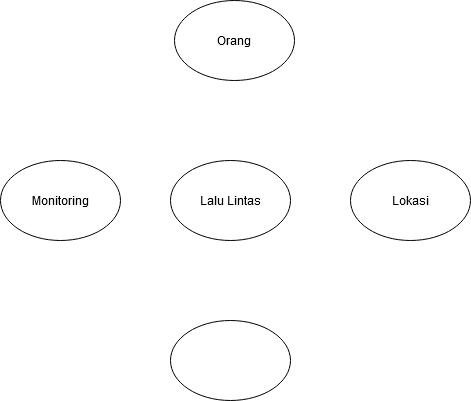
The draw.io diagram diagram2.png in shadow17t/diagram, before a commit. Source tidied: cells renumbered, new cells last; positions are measured from the earlier drawing's top-left corner, leaving out a move shared by most shapes. Its diagram source:
```xml
<mxGraphModel background="#FFFFFF">
  <root>
    <mxCell id="0" />
    <mxCell id="1" parent="0" />
    <mxCell id="2" value="Lalu Lintas" style="ellipse;whiteSpace=wrap;html=1;" parent="1" vertex="1">
      <mxGeometry x="170" y="160" width="120" height="80" as="geometry" />
    </mxCell>
    <mxCell id="3" value="Orang" style="ellipse;whiteSpace=wrap;html=1;" parent="1" vertex="1">
      <mxGeometry x="174" width="120" height="80" as="geometry" />
    </mxCell>
    <mxCell id="4" value="Monitoring" style="ellipse;whiteSpace=wrap;html=1;" parent="1" vertex="1">
      <mxGeometry y="160" width="120" height="80" as="geometry" />
    </mxCell>
    <mxCell id="5" value="Lokasi" style="ellipse;whiteSpace=wrap;html=1;" parent="1" vertex="1">
      <mxGeometry x="350" y="160" width="120" height="80" as="geometry" />
    </mxCell>
    <mxCell id="6" style="ellipse;whiteSpace=wrap;html=1;" parent="1" vertex="1">
      <mxGeometry x="170" y="320" width="120" height="80" as="geometry" />
    </mxCell>
  </root>
</mxGraphModel>
```
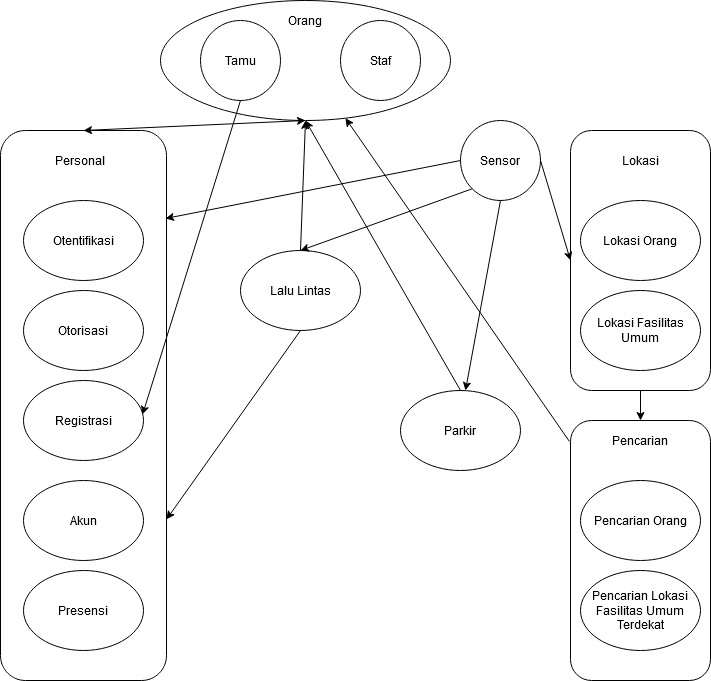
After the commit.

What changed in the source:
```diff
@@ -2,20 +2,106 @@
   <root>
     <mxCell id="0" />
     <mxCell id="1" parent="0" />
+    <mxCell id="7" style="ellipse;whiteSpace=wrap;html=1;" parent="1" vertex="1">
+      <mxGeometry x="-20" y="-190" width="290" height="120" as="geometry" />
+    </mxCell>
+    <mxCell id="8" style="rounded=1;whiteSpace=wrap;html=1;" parent="1" vertex="1">
+      <mxGeometry x="390" y="230" width="140" height="260" as="geometry" />
+    </mxCell>
+    <mxCell id="9" style="rounded=1;whiteSpace=wrap;html=1;" parent="1" vertex="1">
+      <mxGeometry x="390" y="-60" width="140" height="260" as="geometry" />
+    </mxCell>
+    <mxCell id="10" style="rounded=1;whiteSpace=wrap;html=1;" parent="1" vertex="1">
+      <mxGeometry x="-180" y="-60" width="166" height="550" as="geometry" />
+    </mxCell>
-    <mxCell id="2" value="Lalu Lintas" style="ellipse;whiteSpace=wrap;html=1;" parent="1" vertex="1">
-      <mxGeometry x="170" y="160" width="120" height="80" as="geometry" />
+    <mxCell id="2" value="Lokasi Orang" style="ellipse;whiteSpace=wrap;html=1;" parent="1" vertex="1">
+      <mxGeometry x="400" y="10" width="120" height="80" as="geometry" />
     </mxCell>
-    <mxCell id="3" value="Orang" style="ellipse;whiteSpace=wrap;html=1;" parent="1" vertex="1">
-      <mxGeometry x="174" width="120" height="80" as="geometry" />
+    <mxCell id="3" value="Otentifikasi" style="ellipse;whiteSpace=wrap;html=1;" parent="1" vertex="1">
+      <mxGeometry x="-157" y="10" width="120" height="80" as="geometry" />
     </mxCell>
-    <mxCell id="4" value="Monitoring" style="ellipse;whiteSpace=wrap;html=1;" parent="1" vertex="1">
-      <mxGeometry y="160" width="120" height="80" as="geometry" />
+    <mxCell id="4" value="Lalu Lintas" style="ellipse;whiteSpace=wrap;html=1;" parent="1" vertex="1">
+      <mxGeometry x="60" y="60" width="120" height="80" as="geometry" />
     </mxCell>
-    <mxCell id="5" value="Lokasi" style="ellipse;whiteSpace=wrap;html=1;" parent="1" vertex="1">
-      <mxGeometry x="350" y="160" width="120" height="80" as="geometry" />
+    <mxCell id="5" value="Parkir" style="ellipse;whiteSpace=wrap;html=1;" parent="1" vertex="1">
+      <mxGeometry x="220" y="200" width="120" height="80" as="geometry" />
     </mxCell>
-    <mxCell id="6" style="ellipse;whiteSpace=wrap;html=1;" parent="1" vertex="1">
-      <mxGeometry x="170" y="320" width="120" height="80" as="geometry" />
+    <mxCell id="6" value="Otorisasi" style="ellipse;whiteSpace=wrap;html=1;" parent="1" vertex="1">
+      <mxGeometry x="-157" y="100" width="120" height="80" as="geometry" />
     </mxCell>
+    <mxCell id="11" value="Registrasi" style="ellipse;whiteSpace=wrap;html=1;" parent="1" vertex="1">
+      <mxGeometry x="-157" y="190" width="120" height="80" as="geometry" />
+    </mxCell>
+    <mxCell id="12" value="Akun" style="ellipse;whiteSpace=wrap;html=1;" parent="1" vertex="1">
+      <mxGeometry x="-157" y="290" width="120" height="80" as="geometry" />
+    </mxCell>
+    <mxCell id="13" value="Presensi" style="ellipse;whiteSpace=wrap;html=1;" parent="1" vertex="1">
+      <mxGeometry x="-157" y="380" width="120" height="80" as="geometry" />
+    </mxCell>
+    <mxCell id="14" value="Personal" style="text;html=1;strokeColor=none;fillColor=none;align=center;verticalAlign=middle;whiteSpace=wrap;rounded=0;" parent="1" vertex="1">
+      <mxGeometry x="-140" y="-40" width="80" height="20" as="geometry" />
+    </mxCell>
+    <mxCell id="15" value="Pencarian Orang" style="ellipse;whiteSpace=wrap;html=1;" parent="1" vertex="1">
+      <mxGeometry x="400" y="290" width="120" height="80" as="geometry" />
+    </mxCell>
+    <mxCell id="16" value="Lokasi Fasilitas Umum" style="ellipse;whiteSpace=wrap;html=1;" parent="1" vertex="1">
+      <mxGeometry x="400" y="100" width="120" height="80" as="geometry" />
+    </mxCell>
+    <mxCell id="17" value="Pencarian Lokasi Fasilitas Umum Terdekat" style="ellipse;whiteSpace=wrap;html=1;" parent="1" vertex="1">
+      <mxGeometry x="400" y="380" width="120" height="80" as="geometry" />
+    </mxCell>
+    <mxCell id="18" value="Lokasi" style="text;html=1;strokeColor=none;fillColor=none;align=center;verticalAlign=middle;whiteSpace=wrap;rounded=0;" parent="1" vertex="1">
+      <mxGeometry x="410" y="-40" width="100" height="20" as="geometry" />
+    </mxCell>
+    <mxCell id="19" value="Pencarian" style="text;html=1;strokeColor=none;fillColor=none;align=center;verticalAlign=middle;whiteSpace=wrap;rounded=0;" parent="1" vertex="1">
+      <mxGeometry x="420" y="240" width="80" height="20" as="geometry" />
+    </mxCell>
+    <mxCell id="20" value="Tamu" style="ellipse;whiteSpace=wrap;html=1;" parent="1" vertex="1">
+      <mxGeometry x="20" y="-170" width="80" height="80" as="geometry" />
+    </mxCell>
+    <mxCell id="21" value="Staf" style="ellipse;whiteSpace=wrap;html=1;" parent="1" vertex="1">
+      <mxGeometry x="160" y="-170" width="80" height="80" as="geometry" />
+    </mxCell>
+    <mxCell id="22" value="Sensor" style="ellipse;whiteSpace=wrap;html=1;" parent="1" vertex="1">
+      <mxGeometry x="280" y="-70" width="80" height="80" as="geometry" />
+    </mxCell>
+    <mxCell id="23" style="endArrow=classic;html=1;exitX=1;exitY=0.5;exitDx=0;exitDy=0;entryX=0;entryY=0.5;entryDx=0;entryDy=0;" parent="1" edge="1" source="22" target="9">
+      <mxGeometry relative="1" as="geometry" />
+    </mxCell>
+    <mxCell id="24" style="endArrow=classic;html=1;exitX=0.5;exitY=1;exitDx=0;exitDy=0;entryX=0.5;entryY=0;entryDx=0;entryDy=0;" parent="1" edge="1" source="9" target="8">
+      <mxGeometry relative="1" as="geometry" />
+    </mxCell>
+    <mxCell id="25" style="endArrow=classic;html=1;exitX=0.5;exitY=1;exitDx=0;exitDy=0;" parent="1" edge="1" source="22">
+      <mxGeometry relative="1" as="geometry">
+        <mxPoint x="285" y="200" as="targetPoint" />
+      </mxGeometry>
+    </mxCell>
+    <mxCell id="26" style="endArrow=classic;html=1;exitX=0.5;exitY=0;exitDx=0;exitDy=0;entryX=0.5;entryY=1;entryDx=0;entryDy=0;" parent="1" edge="1" source="5" target="7">
+      <mxGeometry relative="1" as="geometry" />
+    </mxCell>
+    <mxCell id="27" value="Orang" style="text;html=1;strokeColor=none;fillColor=none;align=center;verticalAlign=middle;whiteSpace=wrap;rounded=0;" parent="1" vertex="1">
+      <mxGeometry x="100" y="-180" width="50" height="20" as="geometry" />
+    </mxCell>
+    <mxCell id="28" style="endArrow=classic;startArrow=classic;html=1;exitX=0.5;exitY=0;exitDx=0;exitDy=0;entryX=0.5;entryY=1;entryDx=0;entryDy=0;" parent="1" edge="1" source="10" target="7">
+      <mxGeometry relative="1" as="geometry" />
+    </mxCell>
+    <mxCell id="29" style="endArrow=classic;html=1;exitX=0.5;exitY=1;exitDx=0;exitDy=0;entryX=0.992;entryY=0.425;entryDx=0;entryDy=0;entryPerimeter=0;" parent="1" edge="1" source="20" target="11">
+      <mxGeometry relative="1" as="geometry" />
+    </mxCell>
+    <mxCell id="30" style="endArrow=classic;html=1;exitX=-0.007;exitY=0.081;exitDx=0;exitDy=0;exitPerimeter=0;" parent="1" edge="1" source="8" target="7">
+      <mxGeometry relative="1" as="geometry" />
+    </mxCell>
+    <mxCell id="31" style="endArrow=classic;html=1;entryX=0.5;entryY=0;entryDx=0;entryDy=0;exitX=0;exitY=1;exitDx=0;exitDy=0;" parent="1" edge="1" source="22" target="4">
+      <mxGeometry relative="1" as="geometry" />
+    </mxCell>
+    <mxCell id="32" style="endArrow=classic;html=1;exitX=0.5;exitY=0;exitDx=0;exitDy=0;entryX=0.5;entryY=1;entryDx=0;entryDy=0;" parent="1" edge="1" source="4" target="7">
+      <mxGeometry relative="1" as="geometry" />
+    </mxCell>
+    <mxCell id="33" style="endArrow=classic;html=1;exitX=0.5;exitY=1;exitDx=0;exitDy=0;entryX=1;entryY=0.707;entryDx=0;entryDy=0;entryPerimeter=0;" parent="1" edge="1" source="4" target="10">
+      <mxGeometry relative="1" as="geometry" />
+    </mxCell>
+    <mxCell id="34" style="endArrow=classic;html=1;exitX=0;exitY=0.5;exitDx=0;exitDy=0;entryX=0.994;entryY=0.16;entryDx=0;entryDy=0;entryPerimeter=0;" parent="1" edge="1" source="22" target="10">
+      <mxGeometry relative="1" as="geometry" />
+    </mxCell>
   </root>
 </mxGraphModel>
```
